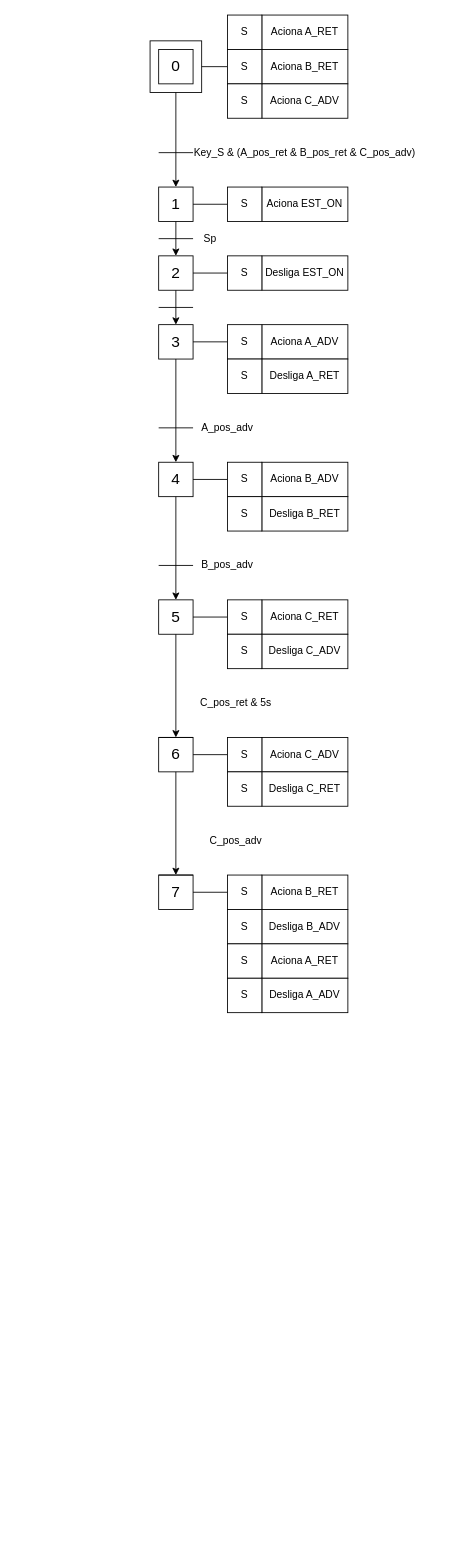
This is Experiência 4 - Dispositivo de dosagem e enchimento de embalagens/Experimento4_CLP.drawio from pedroManuelP/Automa-o-Industrial, a draw.io file, before an edit. Source tidied: cells renumbered, new cells numbered last; positions are measured from the earlier drawing's top-left corner, leaving out a move shared by most shapes. Both pictures are drawn from the tidied source at 86%, with x=0, y=0 at pixel (150, 15).
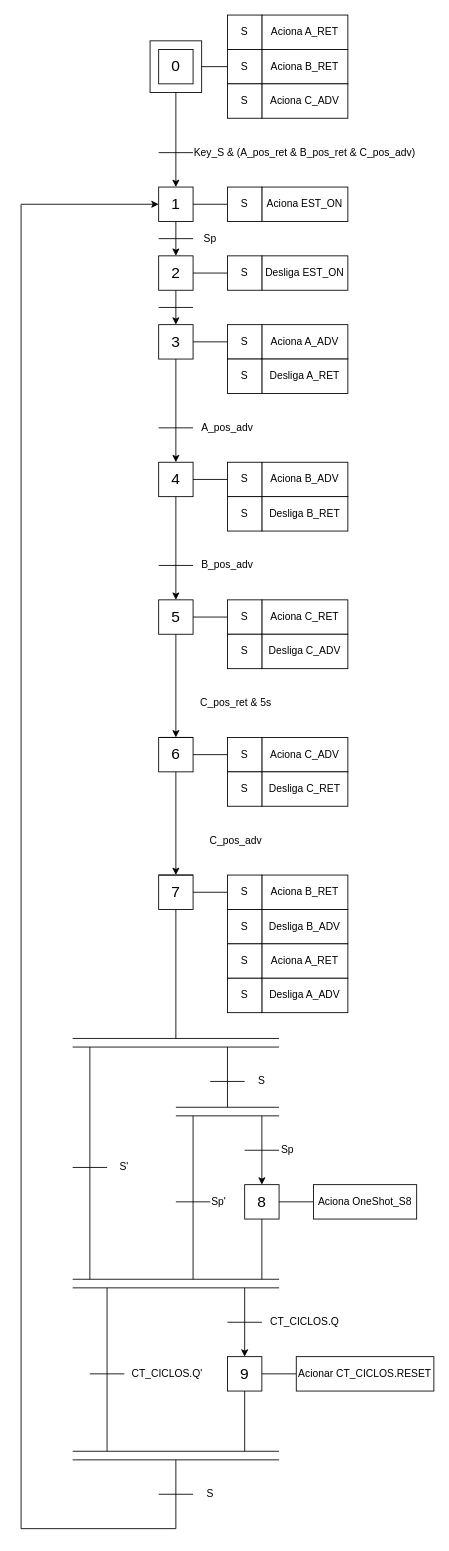
The same page after the edit.

Unchanged cells that the change refers to:
```xml
<mxCell id="11" value="&lt;font style=&quot;font-size: 18px;&quot;&gt;1&lt;/font&gt;" style="rounded=0;whiteSpace=wrap;html=1;" parent="1" vertex="1">
  <mxGeometry x="10" y="200" width="40" height="40" as="geometry" />
</mxCell>
<mxCell id="60" value="&lt;font style=&quot;font-size: 18px;&quot;&gt;7&lt;/font&gt;" style="rounded=0;whiteSpace=wrap;html=1;" parent="1" vertex="1">
  <mxGeometry x="10" y="1000" width="40" height="40" as="geometry" />
</mxCell>
```

What changed in the source:
```diff
@@
+    <mxCell id="73" style="endArrow=none;html=1;rounded=0;entryX=0.5;entryY=1;entryDx=0;entryDy=0;" parent="1" edge="1" target="60">
+      <mxGeometry relative="1" as="geometry">
+        <mxPoint x="30" y="1190" as="sourcePoint" />
+      </mxGeometry>
+    </mxCell>
+    <mxCell id="74" style="endArrow=none;html=1;rounded=0;" parent="1" edge="1">
+      <mxGeometry relative="1" as="geometry">
+        <mxPoint x="-90" y="1190" as="sourcePoint" />
+        <mxPoint x="150" y="1190" as="targetPoint" />
+      </mxGeometry>
+    </mxCell>
+    <mxCell id="75" style="endArrow=none;html=1;rounded=0;" parent="1" edge="1">
+      <mxGeometry relative="1" as="geometry">
+        <mxPoint x="-90" y="1200" as="sourcePoint" />
+        <mxPoint x="150" y="1200" as="targetPoint" />
+      </mxGeometry>
+    </mxCell>
+    <mxCell id="76" style="endArrow=none;html=1;rounded=0;" parent="1" edge="1">
+      <mxGeometry relative="1" as="geometry">
+        <mxPoint x="-70" y="1200" as="sourcePoint" />
+        <mxPoint x="-70" y="1470" as="targetPoint" />
+      </mxGeometry>
+    </mxCell>
+    <mxCell id="77" style="endArrow=none;html=1;rounded=0;" parent="1" edge="1">
+      <mxGeometry relative="1" as="geometry">
+        <mxPoint x="90" y="1200" as="sourcePoint" />
+        <mxPoint x="90" y="1270" as="targetPoint" />
+      </mxGeometry>
+    </mxCell>
+    <mxCell id="78" style="endArrow=none;html=1;rounded=0;" parent="1" edge="1">
+      <mxGeometry relative="1" as="geometry">
+        <mxPoint x="30" y="1270" as="sourcePoint" />
+        <mxPoint x="150" y="1270" as="targetPoint" />
+      </mxGeometry>
+    </mxCell>
+    <mxCell id="79" style="endArrow=none;html=1;rounded=0;" parent="1" edge="1">
+      <mxGeometry relative="1" as="geometry">
+        <mxPoint x="30" y="1280" as="sourcePoint" />
+        <mxPoint x="150" y="1280" as="targetPoint" />
+      </mxGeometry>
+    </mxCell>
+    <mxCell id="80" style="endArrow=none;html=1;rounded=0;" parent="1" edge="1">
+      <mxGeometry relative="1" as="geometry">
+        <mxPoint x="70" y="1240" as="sourcePoint" />
+        <mxPoint x="110" y="1240" as="targetPoint" />
+      </mxGeometry>
+    </mxCell>
+    <mxCell id="81" value="S" style="text;html=1;align=center;verticalAlign=middle;whiteSpace=wrap;rounded=0;" parent="1" vertex="1">
+      <mxGeometry x="110" y="1230" width="40" height="20" as="geometry" />
+    </mxCell>
+    <mxCell id="82" style="endArrow=none;html=1;rounded=0;" parent="1" edge="1">
+      <mxGeometry relative="1" as="geometry">
+        <mxPoint x="50" y="1280" as="sourcePoint" />
+        <mxPoint x="50" y="1470" as="targetPoint" />
+      </mxGeometry>
+    </mxCell>
+    <mxCell id="83" style="endArrow=none;html=1;rounded=0;entryX=0;entryY=0.5;entryDx=0;entryDy=0;" parent="1" edge="1" target="84">
+      <mxGeometry relative="1" as="geometry">
+        <mxPoint x="30" y="1380" as="sourcePoint" />
+      </mxGeometry>
+    </mxCell>
+    <mxCell id="84" value="Sp'" style="text;html=1;align=center;verticalAlign=middle;whiteSpace=wrap;rounded=0;" parent="1" vertex="1">
+      <mxGeometry x="70" y="1370" width="20" height="20" as="geometry" />
+    </mxCell>
+    <mxCell id="85" style="endArrow=none;html=1;rounded=0;" parent="1" edge="1">
+      <mxGeometry relative="1" as="geometry">
+        <mxPoint x="110" y="1320" as="sourcePoint" />
+        <mxPoint x="150" y="1320" as="targetPoint" />
+      </mxGeometry>
+    </mxCell>
+    <mxCell id="86" value="Sp" style="text;html=1;align=center;verticalAlign=middle;whiteSpace=wrap;rounded=0;" parent="1" vertex="1">
+      <mxGeometry x="150" y="1310" width="20" height="20" as="geometry" />
+    </mxCell>
+    <mxCell id="87" value="&lt;font style=&quot;font-size: 18px;&quot;&gt;8&lt;/font&gt;" style="rounded=0;whiteSpace=wrap;html=1;" parent="1" vertex="1">
+      <mxGeometry x="110" y="1360" width="40" height="40" as="geometry" />
+    </mxCell>
+    <mxCell id="88" style="endArrow=classic;html=1;rounded=0;entryX=0.5;entryY=0;entryDx=0;entryDy=0;" parent="1" edge="1" target="87">
+      <mxGeometry relative="1" as="geometry">
+        <mxPoint x="130" y="1280" as="sourcePoint" />
+      </mxGeometry>
+    </mxCell>
+    <mxCell id="89" style="endArrow=none;html=1;rounded=0;exitX=1;exitY=0.5;exitDx=0;exitDy=0;" parent="1" edge="1" source="87">
+      <mxGeometry relative="1" as="geometry">
+        <mxPoint x="190" y="1380" as="targetPoint" />
+      </mxGeometry>
+    </mxCell>
+    <mxCell id="90" value="Aciona OneShot_S8" style="rounded=0;whiteSpace=wrap;html=1;" parent="1" vertex="1">
+      <mxGeometry x="190" y="1360" width="120" height="40" as="geometry" />
+    </mxCell>
+    <mxCell id="91" style="endArrow=none;html=1;rounded=0;" parent="1" edge="1">
+      <mxGeometry relative="1" as="geometry">
+        <mxPoint x="130" y="1400" as="sourcePoint" />
+        <mxPoint x="130" y="1470" as="targetPoint" />
+      </mxGeometry>
+    </mxCell>
+    <mxCell id="92" style="endArrow=none;html=1;rounded=0;" parent="1" edge="1">
+      <mxGeometry relative="1" as="geometry">
+        <mxPoint x="-90" y="1340" as="sourcePoint" />
+        <mxPoint x="-50" y="1340" as="targetPoint" />
+      </mxGeometry>
+    </mxCell>
+    <mxCell id="93" value="S'" style="text;html=1;align=center;verticalAlign=middle;whiteSpace=wrap;rounded=0;" parent="1" vertex="1">
+      <mxGeometry x="-50" y="1330" width="40" height="20" as="geometry" />
+    </mxCell>
+    <mxCell id="94" style="endArrow=none;html=1;rounded=0;" parent="1" edge="1">
+      <mxGeometry relative="1" as="geometry">
+        <mxPoint x="-90" y="1470" as="sourcePoint" />
+        <mxPoint x="150" y="1470" as="targetPoint" />
+      </mxGeometry>
+    </mxCell>
+    <mxCell id="95" style="endArrow=none;html=1;rounded=0;" parent="1" edge="1">
+      <mxGeometry relative="1" as="geometry">
+        <mxPoint x="-90" y="1480" as="sourcePoint" />
+        <mxPoint x="150" y="1480" as="targetPoint" />
+      </mxGeometry>
+    </mxCell>
+    <mxCell id="96" style="endArrow=classic;html=1;rounded=0;" parent="1" edge="1">
+      <mxGeometry relative="1" as="geometry">
+        <mxPoint x="110" y="1480" as="sourcePoint" />
+        <mxPoint x="110" y="1560" as="targetPoint" />
+      </mxGeometry>
+    </mxCell>
+    <mxCell id="97" style="endArrow=none;html=1;rounded=0;" parent="1" edge="1">
+      <mxGeometry relative="1" as="geometry">
+        <mxPoint x="90" y="1520" as="sourcePoint" />
+        <mxPoint x="130" y="1520" as="targetPoint" />
+      </mxGeometry>
+    </mxCell>
+    <mxCell id="98" value="CT_CICLOS.Q" style="text;html=1;align=center;verticalAlign=middle;whiteSpace=wrap;rounded=0;" parent="1" vertex="1">
+      <mxGeometry x="130" y="1510" width="100" height="20" as="geometry" />
+    </mxCell>
+    <mxCell id="99" value="&lt;font style=&quot;font-size: 18px;&quot;&gt;9&lt;/font&gt;" style="rounded=0;whiteSpace=wrap;html=1;" parent="1" vertex="1">
+      <mxGeometry x="90" y="1560" width="40" height="40" as="geometry" />
+    </mxCell>
+    <mxCell id="100" style="endArrow=none;html=1;rounded=0;exitX=1;exitY=0.5;exitDx=0;exitDy=0;" parent="1" edge="1" source="99">
+      <mxGeometry relative="1" as="geometry">
+        <mxPoint x="170" y="1580" as="targetPoint" />
+      </mxGeometry>
+    </mxCell>
+    <mxCell id="101" value="Acionar CT_CICLOS.RESET" style="rounded=0;whiteSpace=wrap;html=1;" parent="1" vertex="1">
+      <mxGeometry x="170" y="1560" width="160" height="40" as="geometry" />
+    </mxCell>
+    <mxCell id="102" style="endArrow=none;html=1;rounded=0;" parent="1" edge="1">
+      <mxGeometry relative="1" as="geometry">
+        <mxPoint x="-50" y="1480" as="sourcePoint" />
+        <mxPoint x="-50" y="1670" as="targetPoint" />
+      </mxGeometry>
+    </mxCell>
+    <mxCell id="103" style="endArrow=none;html=1;rounded=0;exitX=0.5;exitY=1;exitDx=0;exitDy=0;" parent="1" edge="1" source="99">
+      <mxGeometry relative="1" as="geometry">
+        <mxPoint x="110" y="1670" as="targetPoint" />
+      </mxGeometry>
+    </mxCell>
+    <mxCell id="104" style="endArrow=none;html=1;rounded=0;" parent="1" edge="1">
+      <mxGeometry relative="1" as="geometry">
+        <mxPoint x="-90" y="1670" as="sourcePoint" />
+        <mxPoint x="150" y="1670" as="targetPoint" />
+      </mxGeometry>
+    </mxCell>
+    <mxCell id="105" style="endArrow=none;html=1;rounded=0;" parent="1" edge="1">
+      <mxGeometry relative="1" as="geometry">
+        <mxPoint x="-90" y="1680" as="sourcePoint" />
+        <mxPoint x="150" y="1680" as="targetPoint" />
+      </mxGeometry>
+    </mxCell>
+    <mxCell id="106" style="endArrow=none;html=1;rounded=0;" parent="1" edge="1">
+      <mxGeometry relative="1" as="geometry">
+        <mxPoint x="-70" y="1580" as="sourcePoint" />
+        <mxPoint x="-30" y="1580" as="targetPoint" />
+      </mxGeometry>
+    </mxCell>
+    <mxCell id="107" value="CT_CICLOS.Q'" style="text;html=1;align=center;verticalAlign=middle;whiteSpace=wrap;rounded=0;" parent="1" vertex="1">
+      <mxGeometry x="-30" y="1570" width="100" height="20" as="geometry" />
+    </mxCell>
+    <mxCell id="108" style="endArrow=classic;html=1;rounded=0;entryX=0;entryY=0.5;entryDx=0;entryDy=0;" parent="1" edge="1" target="11">
+      <mxGeometry relative="1" as="geometry">
+        <mxPoint x="30" y="1680" as="sourcePoint" />
+        <Array as="points">
+          <mxPoint x="30" y="1760" />
+          <mxPoint x="-150" y="1760" />
+          <mxPoint x="-150" y="220" />
+        </Array>
+      </mxGeometry>
+    </mxCell>
+    <mxCell id="109" style="endArrow=none;html=1;rounded=0;" parent="1" edge="1">
+      <mxGeometry relative="1" as="geometry">
+        <mxPoint x="10" y="1720" as="sourcePoint" />
+        <mxPoint x="50" y="1720" as="targetPoint" />
+      </mxGeometry>
+    </mxCell>
+    <mxCell id="110" value="S" style="text;html=1;align=center;verticalAlign=middle;whiteSpace=wrap;rounded=0;" parent="1" vertex="1">
+      <mxGeometry x="50" y="1710" width="40" height="20" as="geometry" />
+    </mxCell>
```
